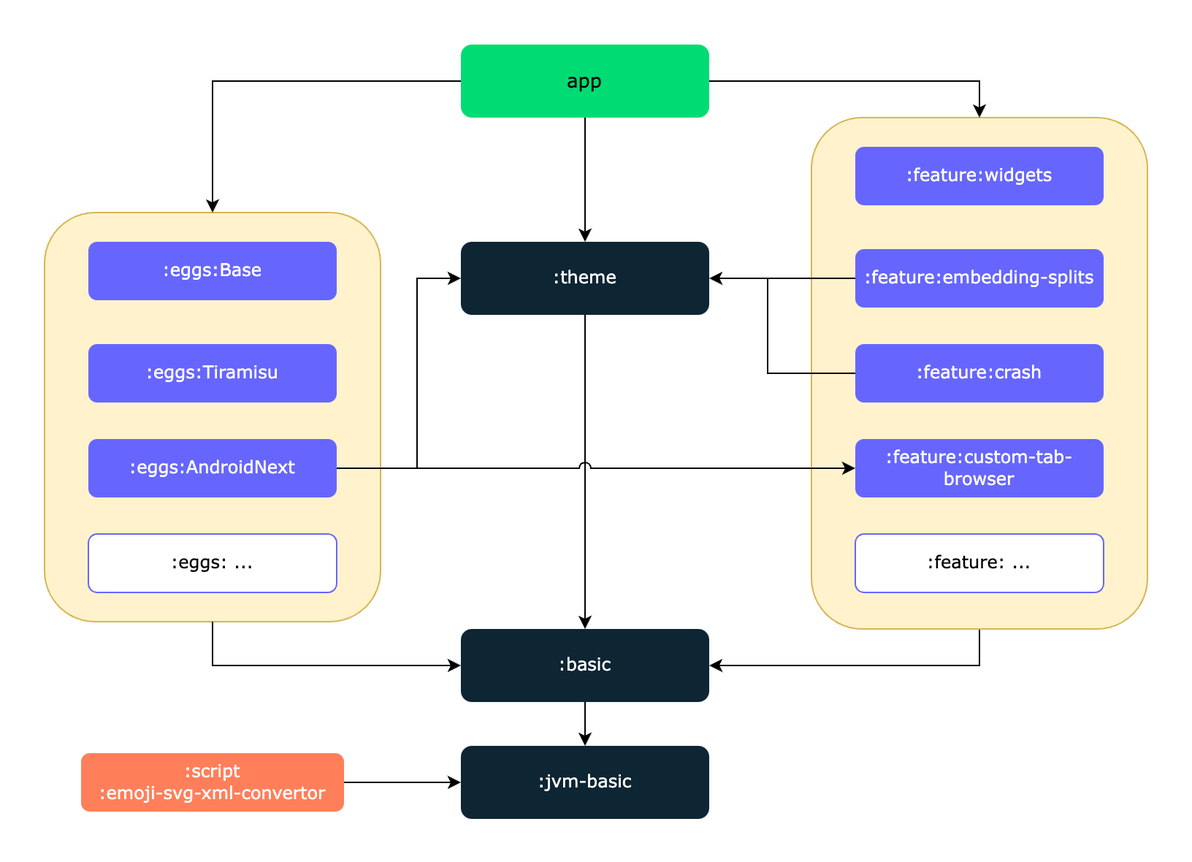
Before: assets/image/modularization-graph.drawio.png, a diagram exported from draw.io (hushenghao/AndroidEasterEggs). Source tidied: cells renumbered, new cells last; positions are measured from the earlier drawing's top-left corner, leaving out a move shared by most shapes.
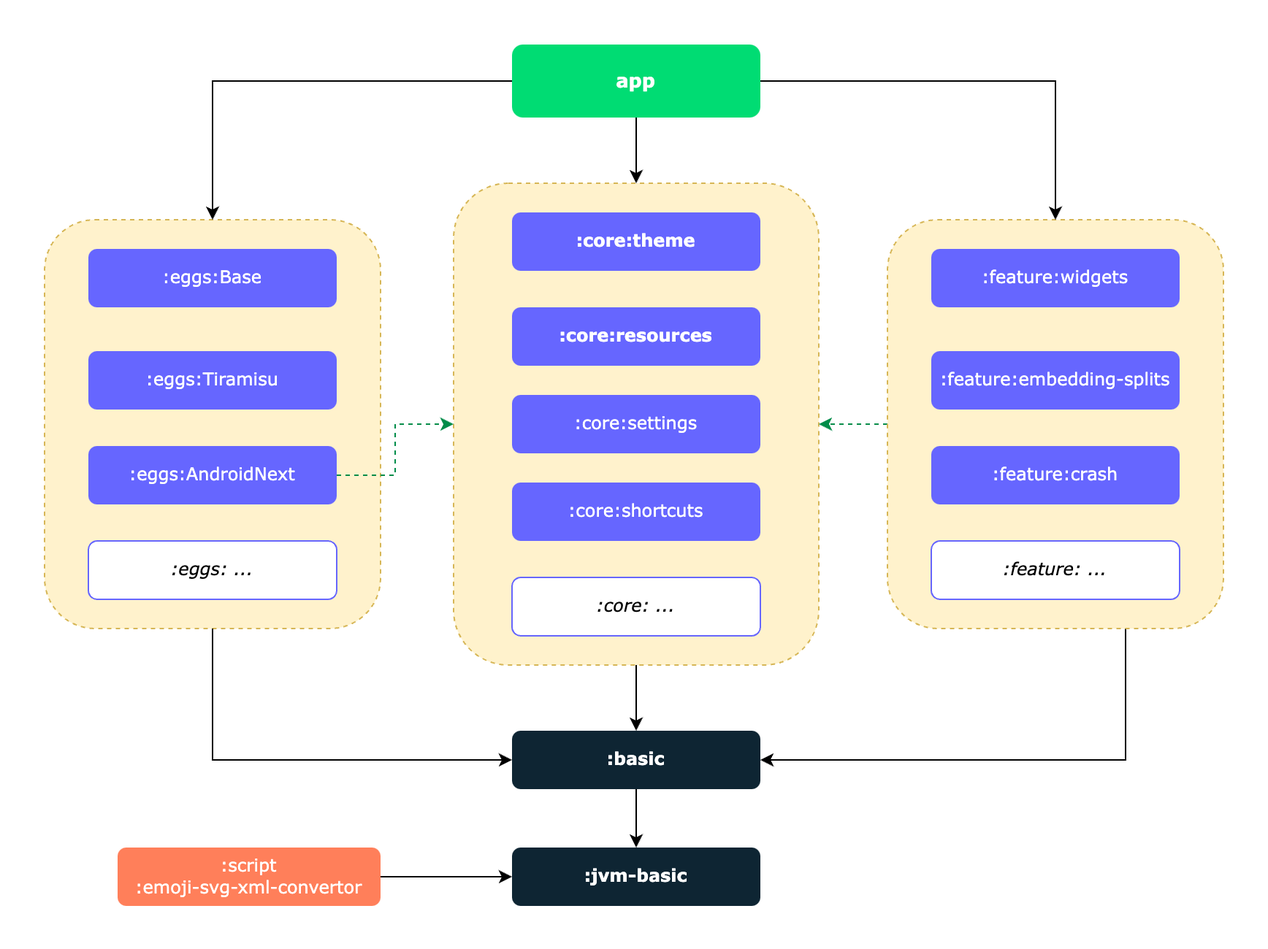
After the commit.

Commit message:
feat: Update modularization graph

The edit, as a diff of the source:
```diff
@@ -2,36 +2,42 @@
   <root>
     <mxCell id="0" />
     <mxCell id="1" parent="0" />
+    <mxCell id="30" style="edgeStyle=orthogonalEdgeStyle;rounded=0;jettySize=auto;html=1;exitX=0.5;exitY=1;exitDx=0;exitDy=0;entryX=0.5;entryY=0;entryDx=0;entryDy=0;" parent="1" edge="1" source="31" target="8">
+      <mxGeometry relative="1" as="geometry" />
+    </mxCell>
+    <mxCell id="31" style="whiteSpace=wrap;html=1;rounded=1;fillColor=#FFF2CC;strokeColor=#d6b656;dashed=1;" parent="1" vertex="1">
+      <mxGeometry x="245" y="95" width="250" height="330" as="geometry" />
+    </mxCell>
-    <mxCell id="2" style="whiteSpace=wrap;html=1;rounded=1;fillColor=#fff2cc;strokeColor=#d6b656;" parent="1" vertex="1">
-      <mxGeometry y="115" width="230" height="280" as="geometry" />
+    <mxCell id="2" style="whiteSpace=wrap;html=1;rounded=1;fillColor=#fff2cc;strokeColor=#d6b656;dashed=1;" parent="1" vertex="1">
+      <mxGeometry x="-35" y="120" width="230" height="280" as="geometry" />
     </mxCell>
-    <mxCell id="3" style="rounded=0;jettySize=auto;html=1;entryX=0.5;entryY=0;entryDx=0;entryDy=0;exitX=0.5;exitY=1;exitDx=0;exitDy=0;" parent="1" edge="1" source="6" target="8">
-      <mxGeometry relative="1" as="geometry" />
-    </mxCell>
     <mxCell id="4" style="edgeStyle=orthogonalEdgeStyle;rounded=0;jettySize=auto;html=1;entryX=1;entryY=0.5;entryDx=0;entryDy=0;" parent="1" edge="1" source="5" target="8">
       <mxGeometry relative="1" as="geometry">
         <Array as="points">
-          <mxPoint x="640" y="425" />
+          <mxPoint x="705" y="490" />
         </Array>
       </mxGeometry>
     </mxCell>
+    <mxCell id="32" style="edgeStyle=orthogonalEdgeStyle;rounded=0;jettySize=auto;html=1;entryX=1;entryY=0.5;entryDx=0;entryDy=0;dashed=1;strokeColor=#008C49;" parent="1" edge="1" source="5" target="31">
+      <mxGeometry relative="1" as="geometry" />
+    </mxCell>
-    <mxCell id="5" style="whiteSpace=wrap;html=1;fillColor=#fff2cc;strokeColor=#d6b656;rounded=1;" parent="1" vertex="1">
-      <mxGeometry x="525" y="50" width="230" height="350" as="geometry" />
+    <mxCell id="5" style="whiteSpace=wrap;html=1;fillColor=#fff2cc;strokeColor=#d6b656;rounded=1;dashed=1;" parent="1" vertex="1">
+      <mxGeometry x="542" y="120" width="230" height="280" as="geometry" />
     </mxCell>
-    <mxCell id="6" value="&lt;font color=&quot;#ffffff&quot; face=&quot;Verdana&quot; style=&quot;font-size: 12px;&quot;&gt;:theme&lt;/font&gt;" style="rounded=1;whiteSpace=wrap;html=1;fontColor=#000000;fillColor=#0E2533;strokeColor=none;" parent="1" vertex="1">
-      <mxGeometry x="285" y="135" width="170" height="50" as="geometry" />
+    <mxCell id="6" value="&lt;font color=&quot;#ffffff&quot; face=&quot;Verdana&quot; style=&quot;font-size: 12px;&quot;&gt;&lt;b&gt;:core:theme&lt;/b&gt;&lt;/font&gt;" style="rounded=1;whiteSpace=wrap;html=1;fontColor=#000000;fillColor=#6666FF;strokeColor=none;" parent="1" vertex="1">
+      <mxGeometry x="285" y="115" width="170" height="40" as="geometry" />
     </mxCell>
     <mxCell id="7" style="edgeStyle=orthogonalEdgeStyle;rounded=0;jettySize=auto;html=1;entryX=0.5;entryY=0;entryDx=0;entryDy=0;" parent="1" edge="1" source="8" target="19">
       <mxGeometry relative="1" as="geometry" />
     </mxCell>
-    <mxCell id="8" value="&lt;font style=&quot;font-size: 12px;&quot; color=&quot;#ffffff&quot; face=&quot;Verdana&quot;&gt;:basic&lt;br&gt;&lt;/font&gt;" style="rounded=1;whiteSpace=wrap;html=1;fillColor=#0E2533;fontColor=#ffffff;strokeColor=none;" parent="1" vertex="1">
-      <mxGeometry x="285" y="400" width="170" height="50" as="geometry" />
+    <mxCell id="8" value="&lt;font style=&quot;font-size: 12px;&quot; color=&quot;#ffffff&quot; face=&quot;Verdana&quot;&gt;&lt;b style=&quot;&quot;&gt;:basic&lt;/b&gt;&lt;br&gt;&lt;/font&gt;" style="rounded=1;whiteSpace=wrap;html=1;fillColor=#0E2533;fontColor=#ffffff;strokeColor=none;" parent="1" vertex="1">
+      <mxGeometry x="285" y="470" width="170" height="40" as="geometry" />
     </mxCell>
     <mxCell id="9" value="&lt;font face=&quot;Verdana&quot; color=&quot;#ffffff&quot;&gt;:eggs:Tiramisu&lt;/font&gt;" style="rounded=1;whiteSpace=wrap;html=1;fillColor=#6666FF;strokeColor=none;" parent="1" vertex="1">
-      <mxGeometry x="30" y="205" width="170" height="40" as="geometry" />
+      <mxGeometry x="-5" y="210" width="170" height="40" as="geometry" />
     </mxCell>
     <mxCell id="10" value="&lt;font style=&quot;font-size: 12px;&quot; face=&quot;Verdana&quot; color=&quot;#ffffff&quot;&gt;:eggs:Base&lt;/font&gt;" style="rounded=1;whiteSpace=wrap;html=1;fillColor=#6666FF;strokeColor=none;" parent="1" vertex="1">
-      <mxGeometry x="30" y="135" width="170" height="40" as="geometry" />
+      <mxGeometry x="-5" y="140" width="170" height="40" as="geometry" />
     </mxCell>
     <mxCell id="11" style="rounded=0;jettySize=auto;html=1;entryX=0.5;entryY=0;entryDx=0;entryDy=0;exitX=0;exitY=0.5;exitDx=0;exitDy=0;endArrow=classic;endFill=1;edgeStyle=orthogonalEdgeStyle;" parent="1" edge="1" source="14" target="2">
       <mxGeometry relative="1" as="geometry" />
@@ -39,66 +45,56 @@
     <mxCell id="12" style="rounded=0;jettySize=auto;html=1;exitX=1;exitY=0.5;exitDx=0;exitDy=0;entryX=0.5;entryY=0;entryDx=0;entryDy=0;edgeStyle=orthogonalEdgeStyle;" parent="1" edge="1" source="14" target="5">
       <mxGeometry relative="1" as="geometry" />
     </mxCell>
-    <mxCell id="13" style="edgeStyle=orthogonalEdgeStyle;rounded=0;jettySize=auto;html=1;entryX=0.5;entryY=0;entryDx=0;entryDy=0;" parent="1" edge="1" source="14" target="6">
+    <mxCell id="13" style="edgeStyle=orthogonalEdgeStyle;rounded=0;jettySize=auto;html=1;entryX=0.5;entryY=0;entryDx=0;entryDy=0;" parent="1" edge="1" source="14" target="31">
       <mxGeometry relative="1" as="geometry" />
     </mxCell>
-    <mxCell id="14" value="&lt;font style=&quot;font-size: 13px;&quot; face=&quot;Verdana&quot;&gt;app&lt;/font&gt;" style="rounded=1;whiteSpace=wrap;html=1;fillColor=#00DC73;strokeColor=none;" parent="1" vertex="1">
+    <mxCell id="14" value="&lt;font face=&quot;Verdana&quot; style=&quot;font-size: 13px;&quot;&gt;&lt;b&gt;app&lt;/b&gt;&lt;/font&gt;" style="rounded=1;whiteSpace=wrap;html=1;fillColor=#00DC73;strokeColor=none;fontColor=#FFFFFF;" parent="1" vertex="1">
       <mxGeometry x="285" width="170" height="50" as="geometry" />
     </mxCell>
-    <mxCell id="15" style="edgeStyle=orthogonalEdgeStyle;rounded=0;jettySize=auto;html=1;entryX=0;entryY=0.5;entryDx=0;entryDy=0;" parent="1" edge="1" source="17" target="6">
-      <mxGeometry relative="1" as="geometry">
-        <Array as="points">
-          <mxPoint x="255" y="290" />
-          <mxPoint x="255" y="160" />
-        </Array>
-      </mxGeometry>
-    </mxCell>
-    <mxCell id="16" style="edgeStyle=orthogonalEdgeStyle;rounded=0;jettySize=auto;html=1;entryX=0;entryY=0.5;entryDx=0;entryDy=0;jumpStyle=arc;jumpSize=8;" parent="1" edge="1" source="17" target="29">
-      <mxGeometry relative="1" as="geometry" />
-    </mxCell>
+    <mxCell id="33" style="edgeStyle=orthogonalEdgeStyle;rounded=0;jettySize=auto;html=1;dashed=1;strokeColor=#008C49;" parent="1" edge="1" source="17" target="31">
+      <mxGeometry relative="1" as="geometry" />
+    </mxCell>
     <mxCell id="17" value="&lt;font style=&quot;font-size: 12px;&quot;&gt;&lt;font style=&quot;font-size: 12px;&quot; face=&quot;Verdana&quot; color=&quot;#ffffff&quot;&gt;:eggs:&lt;/font&gt;&lt;font style=&quot;font-size: 12px;&quot; face=&quot;Verdana&quot; color=&quot;#ffffff&quot;&gt;AndroidNext&lt;/font&gt;&lt;/font&gt;" style="rounded=1;whiteSpace=wrap;html=1;fillColor=#6666FF;strokeColor=none;" parent="1" vertex="1">
-      <mxGeometry x="30" y="270" width="170" height="40" as="geometry" />
+      <mxGeometry x="-5" y="275" width="170" height="40" as="geometry" />
     </mxCell>
     <mxCell id="18" style="rounded=0;jettySize=auto;html=1;exitX=0.5;exitY=1;exitDx=0;exitDy=0;entryX=0;entryY=0.5;entryDx=0;entryDy=0;endArrow=classic;endFill=1;edgeStyle=orthogonalEdgeStyle;" parent="1" edge="1" source="2" target="8">
       <mxGeometry relative="1" as="geometry" />
     </mxCell>
-    <mxCell id="19" value="&lt;font style=&quot;font-size: 12px;&quot; face=&quot;Verdana&quot; color=&quot;#ffffff&quot;&gt;:jvm-basic&lt;/font&gt;" style="rounded=1;whiteSpace=wrap;html=1;fillColor=#0E2533;fontColor=#000000;strokeColor=none;" parent="1" vertex="1">
-      <mxGeometry x="285" y="480" width="170" height="50" as="geometry" />
+    <mxCell id="19" value="&lt;font style=&quot;font-size: 12px;&quot; face=&quot;Verdana&quot; color=&quot;#ffffff&quot;&gt;&lt;b&gt;:jvm-basic&lt;/b&gt;&lt;/font&gt;" style="rounded=1;whiteSpace=wrap;html=1;fillColor=#0E2533;fontColor=#000000;strokeColor=none;" parent="1" vertex="1">
+      <mxGeometry x="285" y="550" width="170" height="40" as="geometry" />
     </mxCell>
-    <mxCell id="20" value="&lt;font face=&quot;Verdana&quot;&gt;:eggs: ...&lt;/font&gt;" style="rounded=1;whiteSpace=wrap;html=1;fillColor=default;strokeColor=#6666FF;" parent="1" vertex="1">
-      <mxGeometry x="30" y="335" width="170" height="40" as="geometry" />
+    <mxCell id="20" value="&lt;font face=&quot;Verdana&quot;&gt;&lt;i&gt;:eggs: ...&lt;/i&gt;&lt;/font&gt;" style="rounded=1;whiteSpace=wrap;html=1;fillColor=default;strokeColor=#6666FF;" parent="1" vertex="1">
+      <mxGeometry x="-5" y="340" width="170" height="40" as="geometry" />
     </mxCell>
     <mxCell id="21" style="edgeStyle=orthogonalEdgeStyle;rounded=0;jettySize=auto;html=1;entryX=0;entryY=0.5;entryDx=0;entryDy=0;" parent="1" edge="1" source="22" target="19">
       <mxGeometry relative="1" as="geometry" />
     </mxCell>
     <mxCell id="22" value="&lt;font style=&quot;font-size: 12px;&quot; face=&quot;Verdana&quot; color=&quot;#ffffff&quot;&gt;:script&lt;br&gt;:emoji-svg-xml-convertor&lt;/font&gt;" style="rounded=1;whiteSpace=wrap;html=1;fillColor=#FF7F5A;strokeColor=none;" parent="1" vertex="1">
-      <mxGeometry x="25" y="485" width="180" height="40" as="geometry" />
+      <mxGeometry x="15" y="550" width="180" height="40" as="geometry" />
     </mxCell>
-    <mxCell id="23" style="edgeStyle=orthogonalEdgeStyle;rounded=0;jettySize=auto;html=1;entryX=1;entryY=0.5;entryDx=0;entryDy=0;" parent="1" edge="1" source="24" target="6">
-      <mxGeometry relative="1" as="geometry">
-        <Array as="points">
-          <mxPoint x="495" y="225" />
-          <mxPoint x="495" y="160" />
-        </Array>
-      </mxGeometry>
-    </mxCell>
     <mxCell id="24" value="&lt;font style=&quot;font-size: 12px;&quot;&gt;&lt;font style=&quot;font-size: 12px;&quot; face=&quot;Verdana&quot; color=&quot;#ffffff&quot;&gt;:feature:&lt;/font&gt;&lt;font style=&quot;font-size: 12px;&quot; face=&quot;Verdana&quot; color=&quot;#ffffff&quot;&gt;crash&lt;/font&gt;&lt;/font&gt;" style="rounded=1;whiteSpace=wrap;html=1;fillColor=#6666FF;strokeColor=none;" parent="1" vertex="1">
-      <mxGeometry x="555" y="205" width="170" height="40" as="geometry" />
+      <mxGeometry x="572" y="275" width="170" height="40" as="geometry" />
     </mxCell>
-    <mxCell id="25" style="rounded=0;jettySize=auto;html=1;entryX=1;entryY=0.5;entryDx=0;entryDy=0;exitX=0;exitY=0.5;exitDx=0;exitDy=0;edgeStyle=orthogonalEdgeStyle;" parent="1" edge="1" source="26" target="6">
-      <mxGeometry relative="1" as="geometry" />
-    </mxCell>
     <mxCell id="26" value="&lt;font face=&quot;Verdana&quot; color=&quot;#ffffff&quot;&gt;:feature:embedding-splits&lt;/font&gt;" style="rounded=1;whiteSpace=wrap;html=1;fillColor=#6666FF;strokeColor=none;" parent="1" vertex="1">
-      <mxGeometry x="555" y="140" width="170" height="40" as="geometry" />
+      <mxGeometry x="572" y="210" width="170" height="40" as="geometry" />
     </mxCell>
     <mxCell id="27" value="&lt;font face=&quot;Verdana&quot; color=&quot;#ffffff&quot;&gt;:feature:widgets&lt;/font&gt;" style="rounded=1;whiteSpace=wrap;html=1;fillColor=#6666FF;strokeColor=none;" parent="1" vertex="1">
-      <mxGeometry x="555" y="70" width="170" height="40" as="geometry" />
+      <mxGeometry x="572" y="140" width="170" height="40" as="geometry" />
     </mxCell>
-    <mxCell id="28" value="&lt;font face=&quot;Verdana&quot;&gt;:feature: ...&lt;/font&gt;" style="rounded=1;whiteSpace=wrap;html=1;fillColor=default;strokeColor=#6666FF;" parent="1" vertex="1">
-      <mxGeometry x="555" y="335" width="170" height="40" as="geometry" />
+    <mxCell id="28" value="&lt;font face=&quot;Verdana&quot;&gt;&lt;i&gt;:feature: ...&lt;/i&gt;&lt;/font&gt;" style="rounded=1;whiteSpace=wrap;html=1;fillColor=default;strokeColor=#6666FF;" parent="1" vertex="1">
+      <mxGeometry x="572" y="340" width="170" height="40" as="geometry" />
     </mxCell>
-    <mxCell id="29" value="&lt;font face=&quot;Verdana&quot; color=&quot;#ffffff&quot;&gt;:feature:custom-tab-browser&lt;/font&gt;" style="rounded=1;whiteSpace=wrap;html=1;fillColor=#6666FF;strokeColor=none;" parent="1" vertex="1">
-      <mxGeometry x="555" y="270" width="170" height="40" as="geometry" />
-    </mxCell>
+    <mxCell id="34" value="&lt;font color=&quot;#ffffff&quot; face=&quot;Verdana&quot; style=&quot;font-size: 12px;&quot;&gt;&lt;b&gt;:core:resources&lt;/b&gt;&lt;/font&gt;" style="rounded=1;whiteSpace=wrap;html=1;fontColor=#000000;fillColor=#6666FF;strokeColor=none;" parent="1" vertex="1">
+      <mxGeometry x="285" y="180" width="170" height="40" as="geometry" />
+    </mxCell>
+    <mxCell id="35" value="&lt;font face=&quot;Verdana&quot; color=&quot;#ffffff&quot;&gt;:core:settings&lt;/font&gt;" style="rounded=1;whiteSpace=wrap;html=1;fillColor=#6666FF;strokeColor=none;" parent="1" vertex="1">
+      <mxGeometry x="285" y="240" width="170" height="40" as="geometry" />
+    </mxCell>
+    <mxCell id="36" value="&lt;font face=&quot;Verdana&quot; color=&quot;#ffffff&quot;&gt;:core:shortcuts&lt;/font&gt;" style="rounded=1;whiteSpace=wrap;html=1;fillColor=#6666FF;strokeColor=none;" parent="1" vertex="1">
+      <mxGeometry x="285" y="300" width="170" height="40" as="geometry" />
+    </mxCell>
+    <mxCell id="37" value="&lt;font face=&quot;Verdana&quot;&gt;&lt;i&gt;:core: ...&lt;/i&gt;&lt;/font&gt;" style="rounded=1;whiteSpace=wrap;html=1;fillColor=default;strokeColor=#6666FF;" parent="1" vertex="1">
+      <mxGeometry x="285" y="365" width="170" height="40" as="geometry" />
+    </mxCell>
   </root>
 </mxGraphModel>
```
